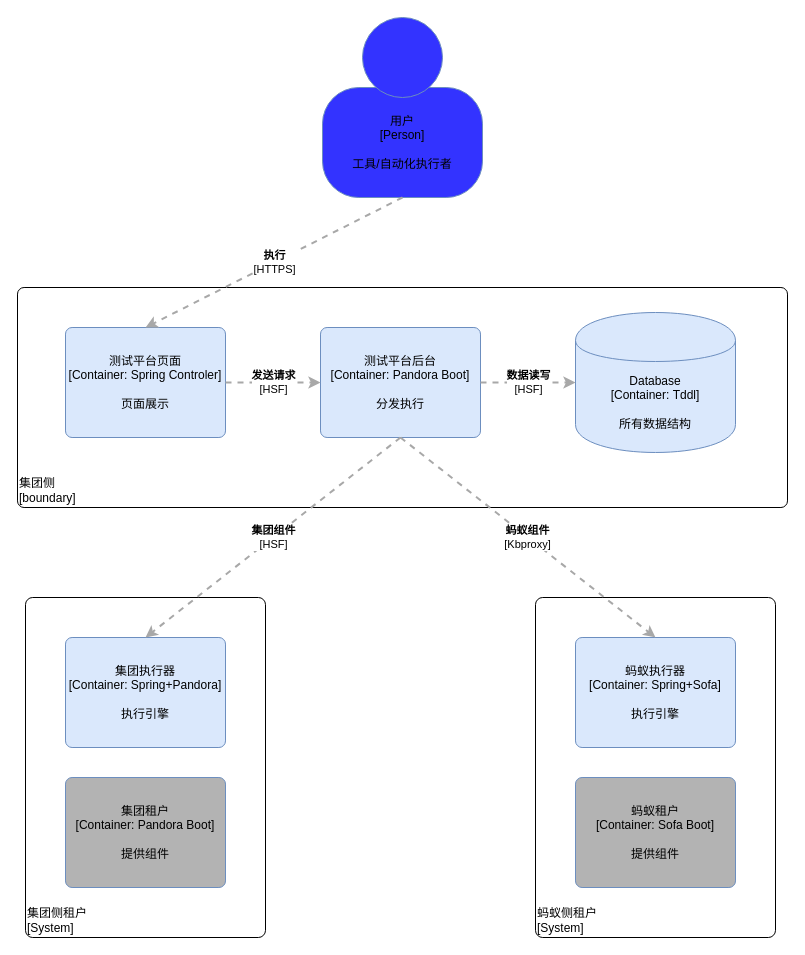
Above: 执行容器图.drawio in JimmyKsdas/TestPlantForm (draw.io), before the change. Source tidied: cells renumbered, new cells numbered last; positions are measured from the earlier drawing's top-left corner, leaving out a move shared by most shapes. Both pictures are drawn from the tidied source at 100%, with x=0, y=0 at pixel (17, 17).
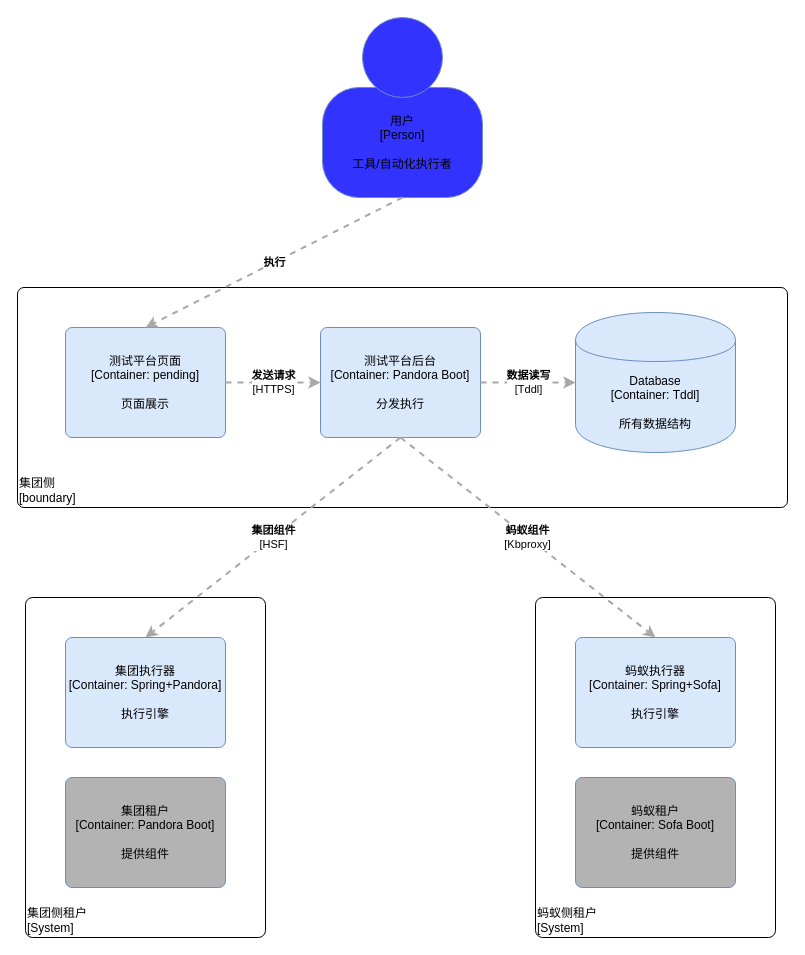
The same page after the edit.

Commit message:
Update 执行容器图.drawio

Change to the diagram source:
```diff
@@
 <mxGraphModel>
   <root>
     <mxCell id="0" />
     <mxCell id="1" parent="0" />
     <mxCell id="2" style="group;rounded=0;labelBackgroundColor=none;fillColor=none;fontColor=#000000;align=center;html=1;strokeColor=#FFFFFF;" parent="1" vertex="1">
       <mxGeometry x="305" width="160" height="180" as="geometry" />
     </mxCell>
     <mxCell id="3" value="用户&lt;div&gt;[Person]&lt;/div&gt;&lt;div&gt;&lt;br&gt;&lt;/div&gt;&lt;div&gt;工具/自动化执行者" style="rounded=1;whiteSpace=wrap;html=1;labelBackgroundColor=none;fillColor=#3333FF;fontColor=#000000;align=center;arcSize=33;strokeColor=#6c8ebf;" parent="2" vertex="1">
       <mxGeometry y="70" width="160" height="110" as="geometry" />
     </mxCell>
     <mxCell id="4" style="ellipse;whiteSpace=wrap;html=1;rounded=0;labelBackgroundColor=none;fillColor=#3333FF;fontSize=12;fontColor=#000000;align=center;strokeColor=#6c8ebf;" parent="2" vertex="1">
       <mxGeometry x="40" width="80" height="80" as="geometry" />
     </mxCell>
     <mxCell id="5" value="&lt;div style=&quot;text-align: left&quot;&gt;集团侧&lt;/div&gt;&lt;div style=&quot;text-align: left&quot;&gt;[boundary]&lt;/div&gt;" style="rounded=1;whiteSpace=wrap;html=1;labelBackgroundColor=none;fillColor=#ffffff;fontColor=#000000;align=left;arcSize=3;strokeColor=#000000;verticalAlign=bottom;shadow=0;" parent="1" vertex="1">
       <mxGeometry y="270" width="770" height="220" as="geometry" />
     </mxCell>
-    <mxCell id="6" value="&lt;span&gt;测试平台页面&lt;/span&gt;&lt;div&gt;[Container:&amp;nbsp;&lt;span&gt;Spring Controler&lt;/span&gt;&lt;span&gt;]&lt;/span&gt;&lt;/div&gt;&lt;div&gt;&lt;br&gt;&lt;/div&gt;&lt;div&gt;页面展示&lt;/div&gt;" style="rounded=1;whiteSpace=wrap;html=1;labelBackgroundColor=none;fillColor=#dae8fc;fontColor=#000000;align=center;arcSize=6;strokeColor=#6c8ebf;shadow=0;" parent="1" vertex="1">
+    <mxCell id="6" value="&lt;span&gt;测试平台页面&lt;/span&gt;&lt;div&gt;[Container: pending&lt;span&gt;]&lt;/span&gt;&lt;/div&gt;&lt;div&gt;&lt;br&gt;&lt;/div&gt;&lt;div&gt;页面展示&lt;/div&gt;" style="rounded=1;whiteSpace=wrap;html=1;labelBackgroundColor=none;fillColor=#dae8fc;fontColor=#000000;align=center;arcSize=6;strokeColor=#6c8ebf;shadow=0;" parent="1" vertex="1">
       <mxGeometry x="48" y="310" width="160" height="110" as="geometry" />
     </mxCell>
     <mxCell id="7" value="&lt;span&gt;测试平台后台&lt;/span&gt;&lt;div&gt;[Container:&amp;nbsp;&lt;span&gt;Pandora Boot&lt;/span&gt;&lt;span&gt;]&lt;/span&gt;&lt;/div&gt;&lt;div&gt;&lt;br&gt;&lt;/div&gt;&lt;div&gt;分发执行&lt;/div&gt;" style="rounded=1;whiteSpace=wrap;html=1;labelBackgroundColor=none;fillColor=#dae8fc;fontColor=#000000;align=center;arcSize=6;strokeColor=#6c8ebf;shadow=0;" parent="1" vertex="1">
       <mxGeometry x="303" y="310" width="160" height="110" as="geometry" />
     </mxCell>
     <mxCell id="8" value="&lt;span&gt;Database&lt;/span&gt;&lt;div&gt;[Container:&amp;nbsp;Tddl]&lt;/div&gt;&lt;div&gt;&lt;br&gt;&lt;/div&gt;&lt;div&gt;所有数据结构&lt;/div&gt;" style="shape=cylinder;whiteSpace=wrap;html=1;boundedLbl=1;rounded=0;labelBackgroundColor=none;fillColor=#dae8fc;fontSize=12;fontColor=#000000;align=center;strokeColor=#6c8ebf;shadow=0;" parent="1" vertex="1">
       <mxGeometry x="558" y="295" width="160" height="140" as="geometry" />
     </mxCell>
     <mxCell id="9" value="&lt;div style=&quot;text-align: left&quot;&gt;集团侧租户&lt;/div&gt;&lt;div style=&quot;text-align: left&quot;&gt;[System]&lt;/div&gt;&lt;div style=&quot;text-align: right&quot;&gt;&lt;/div&gt;" style="rounded=1;whiteSpace=wrap;html=1;labelBackgroundColor=none;fillColor=#ffffff;fontColor=#000000;align=left;arcSize=3;strokeColor=#000000;verticalAlign=bottom;shadow=0;" parent="1" vertex="1">
       <mxGeometry x="8" y="580" width="240" height="340" as="geometry" />
     </mxCell>
     <mxCell id="10" value="&lt;div style=&quot;text-align: left&quot;&gt;蚂蚁侧租户&lt;/div&gt;&lt;div style=&quot;text-align: left&quot;&gt;[System]&lt;/div&gt;&lt;div style=&quot;text-align: right&quot;&gt;&lt;/div&gt;" style="rounded=1;whiteSpace=wrap;html=1;labelBackgroundColor=none;fillColor=#ffffff;fontColor=#000000;align=left;arcSize=3;strokeColor=#000000;verticalAlign=bottom;shadow=0;" parent="1" vertex="1">
       <mxGeometry x="518" y="580" width="240" height="340" as="geometry" />
     </mxCell>
     <mxCell id="11" value="&lt;span&gt;集团执行器&lt;/span&gt;&lt;div&gt;[Container:&amp;nbsp;&lt;span&gt;Spring+Pandora&lt;/span&gt;&lt;span&gt;]&lt;/span&gt;&lt;/div&gt;&lt;div&gt;&lt;br&gt;&lt;/div&gt;&lt;div&gt;执行引擎&lt;/div&gt;" style="rounded=1;whiteSpace=wrap;html=1;labelBackgroundColor=none;fillColor=#dae8fc;fontColor=#000000;align=center;arcSize=6;strokeColor=#6c8ebf;shadow=0;" parent="1" vertex="1">
       <mxGeometry x="48" y="620" width="160" height="110" as="geometry" />
     </mxCell>
     <mxCell id="12" value="&lt;span&gt;集团租户&lt;/span&gt;&lt;div&gt;[Container:&amp;nbsp;&lt;span&gt;Pandora Boot&lt;/span&gt;&lt;span&gt;]&lt;/span&gt;&lt;/div&gt;&lt;div&gt;&lt;br&gt;&lt;/div&gt;&lt;div&gt;提供组件&lt;/div&gt;" style="rounded=1;whiteSpace=wrap;html=1;labelBackgroundColor=none;fillColor=#B3B3B3;fontColor=#000000;align=center;arcSize=6;strokeColor=#6c8ebf;shadow=0;" parent="1" vertex="1">
       <mxGeometry x="48" y="760" width="160" height="110" as="geometry" />
     </mxCell>
     <mxCell id="13" value="&lt;span&gt;蚂蚁执行器&lt;/span&gt;&lt;div&gt;[Container:&amp;nbsp;&lt;span&gt;Spring+Sofa&lt;/span&gt;&lt;span&gt;]&lt;/span&gt;&lt;/div&gt;&lt;div&gt;&lt;br&gt;&lt;/div&gt;&lt;div&gt;执行引擎&lt;/div&gt;" style="rounded=1;whiteSpace=wrap;html=1;labelBackgroundColor=none;fillColor=#dae8fc;fontColor=#000000;align=center;arcSize=6;strokeColor=#6c8ebf;shadow=0;" parent="1" vertex="1">
       <mxGeometry x="558" y="620" width="160" height="110" as="geometry" />
     </mxCell>
     <mxCell id="14" value="&lt;span&gt;蚂蚁租户&lt;/span&gt;&lt;div&gt;[Container:&amp;nbsp;&lt;span&gt;Sofa Boot&lt;/span&gt;&lt;span&gt;]&lt;/span&gt;&lt;/div&gt;&lt;div&gt;&lt;br&gt;&lt;/div&gt;&lt;div&gt;提供组件&lt;/div&gt;" style="rounded=1;whiteSpace=wrap;html=1;labelBackgroundColor=none;fillColor=#B3B3B3;fontColor=#000000;align=center;arcSize=6;strokeColor=#6c8ebf;shadow=0;" parent="1" vertex="1">
       <mxGeometry x="558" y="760" width="160" height="110" as="geometry" />
     </mxCell>
-    <mxCell id="15" value="&lt;div style=&quot;text-align: left&quot;&gt;&lt;div style=&quot;text-align: center&quot;&gt;&lt;b&gt;执行&lt;/b&gt;&lt;/div&gt;&lt;div style=&quot;text-align: center&quot;&gt;[HTTPS]&lt;/div&gt;&lt;/div&gt;" style="edgeStyle=none;rounded=0;html=1;entryX=0.5;entryY=0;jettySize=auto;strokeColor=#A8A8A8;strokeWidth=2;fontColor=#000000;jumpStyle=none;dashed=1;exitX=0.5;exitY=1;exitDx=0;exitDy=0;entryDx=0;entryDy=0;" parent="1" edge="1" source="3" target="6">
+    <mxCell id="15" value="&lt;div style=&quot;text-align: left&quot;&gt;&lt;div style=&quot;text-align: center&quot;&gt;&lt;b&gt;执行&lt;/b&gt;&lt;/div&gt;&lt;/div&gt;" style="edgeStyle=none;rounded=0;html=1;entryX=0.5;entryY=0;jettySize=auto;strokeColor=#A8A8A8;strokeWidth=2;fontColor=#000000;jumpStyle=none;dashed=1;exitX=0.5;exitY=1;exitDx=0;exitDy=0;entryDx=0;entryDy=0;" parent="1" edge="1" source="3" target="6">
       <mxGeometry relative="1" as="geometry" />
     </mxCell>
-    <mxCell id="16" value="&lt;div style=&quot;text-align: left&quot;&gt;&lt;div style=&quot;text-align: center&quot;&gt;&lt;b&gt;发送请求&lt;/b&gt;&lt;/div&gt;&lt;div style=&quot;text-align: center&quot;&gt;[HSF]&lt;/div&gt;&lt;/div&gt;" style="edgeStyle=none;rounded=0;html=1;entryX=0;entryY=0.5;jettySize=auto;strokeColor=#A8A8A8;strokeWidth=2;fontColor=#000000;jumpStyle=none;dashed=1;exitX=1;exitY=0.5;exitDx=0;exitDy=0;entryDx=0;entryDy=0;" parent="1" edge="1" source="6" target="7">
+    <mxCell id="16" value="&lt;div style=&quot;text-align: left&quot;&gt;&lt;div style=&quot;text-align: center&quot;&gt;&lt;b&gt;发送请求&lt;/b&gt;&lt;/div&gt;&lt;div style=&quot;text-align: center&quot;&gt;[HTTPS]&lt;/div&gt;&lt;/div&gt;" style="edgeStyle=none;rounded=0;html=1;entryX=0;entryY=0.5;jettySize=auto;strokeColor=#A8A8A8;strokeWidth=2;fontColor=#000000;jumpStyle=none;dashed=1;exitX=1;exitY=0.5;exitDx=0;exitDy=0;entryDx=0;entryDy=0;" parent="1" edge="1" source="6" target="7">
       <mxGeometry relative="1" as="geometry" />
     </mxCell>
-    <mxCell id="17" value="&lt;div style=&quot;text-align: left&quot;&gt;&lt;div style=&quot;text-align: center&quot;&gt;&lt;b&gt;数据读写&lt;/b&gt;&lt;/div&gt;&lt;div style=&quot;text-align: center&quot;&gt;[HSF]&lt;/div&gt;&lt;/div&gt;" style="edgeStyle=none;rounded=0;html=1;entryX=0;entryY=0.5;jettySize=auto;strokeColor=#A8A8A8;strokeWidth=2;fontColor=#000000;jumpStyle=none;dashed=1;exitX=1;exitY=0.5;exitDx=0;exitDy=0;entryDx=0;entryDy=0;" parent="1" edge="1" source="7" target="8">
+    <mxCell id="17" value="&lt;div style=&quot;text-align: left&quot;&gt;&lt;div style=&quot;text-align: center&quot;&gt;&lt;b&gt;数据读写&lt;/b&gt;&lt;/div&gt;&lt;div style=&quot;text-align: center&quot;&gt;[Tddl]&lt;/div&gt;&lt;/div&gt;" style="edgeStyle=none;rounded=0;html=1;entryX=0;entryY=0.5;jettySize=auto;strokeColor=#A8A8A8;strokeWidth=2;fontColor=#000000;jumpStyle=none;dashed=1;exitX=1;exitY=0.5;exitDx=0;exitDy=0;entryDx=0;entryDy=0;" parent="1" edge="1" source="7" target="8">
       <mxGeometry relative="1" as="geometry" />
     </mxCell>
     <mxCell id="18" value="&lt;div style=&quot;text-align: left&quot;&gt;&lt;div style=&quot;text-align: center&quot;&gt;&lt;b&gt;集团组件&lt;/b&gt;&lt;/div&gt;&lt;div style=&quot;text-align: center&quot;&gt;[HSF]&lt;/div&gt;&lt;/div&gt;" style="edgeStyle=none;rounded=0;html=1;entryX=0.5;entryY=0;jettySize=auto;strokeColor=#A8A8A8;strokeWidth=2;fontColor=#000000;jumpStyle=none;dashed=1;exitX=0.5;exitY=1;exitDx=0;exitDy=0;entryDx=0;entryDy=0;" parent="1" edge="1" source="7" target="11">
       <mxGeometry relative="1" as="geometry" />
     </mxCell>
     <mxCell id="19" value="&lt;div style=&quot;text-align: left&quot;&gt;&lt;div style=&quot;text-align: center&quot;&gt;&lt;b&gt;蚂蚁组件&lt;/b&gt;&lt;/div&gt;&lt;div style=&quot;text-align: center&quot;&gt;[Kbproxy]&lt;/div&gt;&lt;/div&gt;" style="edgeStyle=none;rounded=0;html=1;entryX=0.5;entryY=0;jettySize=auto;strokeColor=#A8A8A8;strokeWidth=2;fontColor=#000000;jumpStyle=none;dashed=1;exitX=0.5;exitY=1;exitDx=0;exitDy=0;entryDx=0;entryDy=0;" parent="1" edge="1" source="7" target="13">
       <mxGeometry relative="1" as="geometry" />
     </mxCell>
   </root>
 </mxGraphModel>
```
